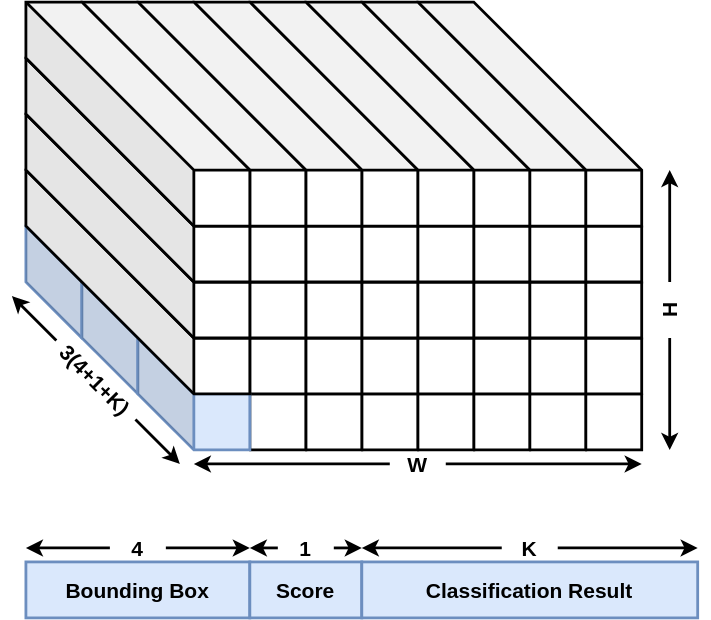
This is Feature Map Outputs.svg from yyhtbs-yye/course_images, a draw.io export, as it was before one commit. Source tidied: cells renumbered, new cells last; positions are measured from the earlier drawing's top-left corner, leaving out a move shared by most shapes.
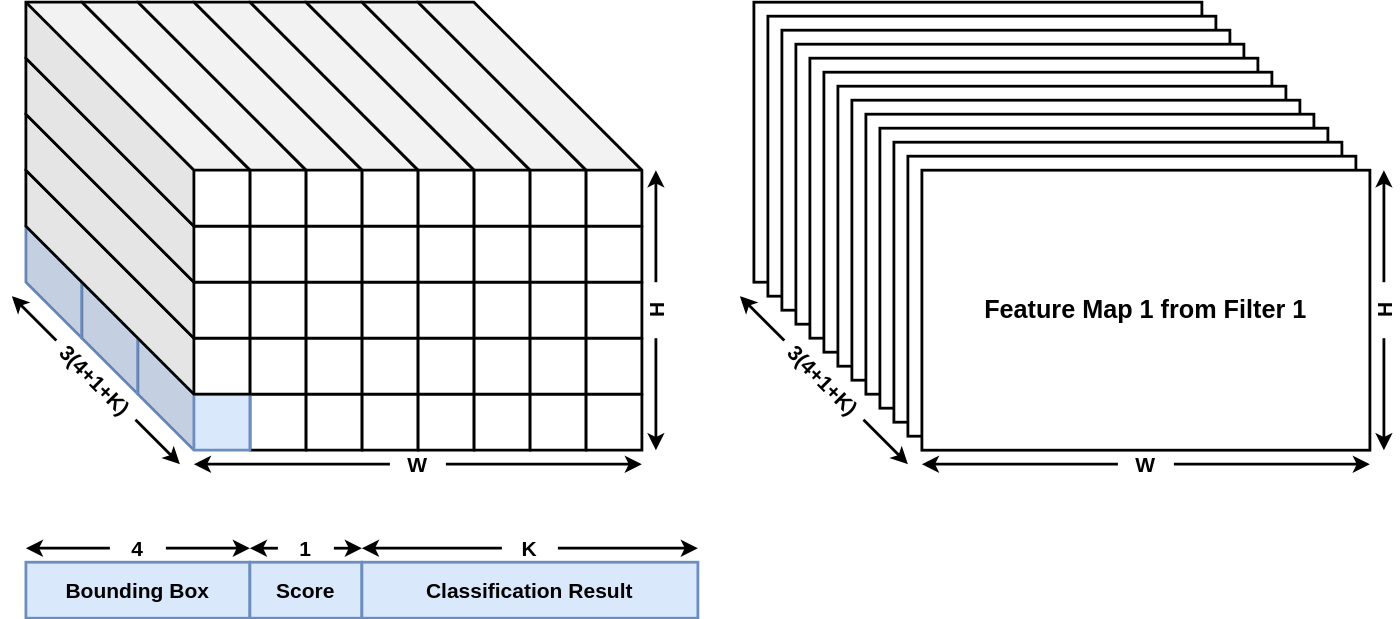
Later version of the same file.

What changed in the source:
```diff
@@ -125,16 +125,16 @@
     </mxCell>
     <mxCell id="41" style="endArrow=classic;startArrow=none;html=1;rounded=0;fontSize=15;strokeWidth=2;" parent="1" edge="1" source="43">
       <mxGeometry relative="1" as="geometry">
-        <mxPoint x="470" y="120" as="targetPoint" />
+        <mxPoint x="460" y="120" as="targetPoint" />
       </mxGeometry>
     </mxCell>
     <mxCell id="42" style="endArrow=none;startArrow=classic;html=1;rounded=0;fontSize=15;strokeWidth=2;" parent="1" edge="1" target="43">
       <mxGeometry relative="1" as="geometry">
-        <mxPoint x="470" y="320" as="sourcePoint" />
+        <mxPoint x="460" y="320" as="sourcePoint" />
       </mxGeometry>
     </mxCell>
     <mxCell id="43" value="H" style="text;html=1;strokeColor=none;fillColor=none;align=center;verticalAlign=middle;whiteSpace=wrap;rounded=0;fontSize=15;rotation=-90;fontStyle=1;strokeWidth=2;" parent="1" vertex="1">
-      <mxGeometry x="450" y="210" width="40" height="20" as="geometry" />
+      <mxGeometry x="440" y="210" width="40" height="20" as="geometry" />
     </mxCell>
     <mxCell id="44" style="endArrow=classic;startArrow=none;html=1;rounded=0;fontSize=15;strokeWidth=2;" parent="1" edge="1" source="46">
       <mxGeometry relative="1" as="geometry">
@@ -215,5 +215,83 @@
     <mxCell id="64" style="shape=cube;whiteSpace=wrap;html=1;boundedLbl=1;backgroundOutline=1;darkOpacity=0.05;darkOpacity2=0.1;size=120;strokeWidth=2;" parent="1" vertex="1">
       <mxGeometry x="10" width="160" height="160" as="geometry" />
     </mxCell>
+    <mxCell id="65" style="rounded=0;whiteSpace=wrap;html=1;strokeWidth=2;fontSize=15;" parent="1" vertex="1">
+      <mxGeometry x="530" width="320" height="200" as="geometry" />
+    </mxCell>
+    <mxCell id="66" style="rounded=0;whiteSpace=wrap;html=1;strokeWidth=2;fontSize=15;" parent="1" vertex="1">
+      <mxGeometry x="540" y="10" width="320" height="200" as="geometry" />
+    </mxCell>
+    <mxCell id="67" style="rounded=0;whiteSpace=wrap;html=1;strokeWidth=2;fontSize=15;" parent="1" vertex="1">
+      <mxGeometry x="550" y="20" width="320" height="200" as="geometry" />
+    </mxCell>
+    <mxCell id="68" style="rounded=0;whiteSpace=wrap;html=1;strokeWidth=2;fontSize=15;" parent="1" vertex="1">
+      <mxGeometry x="560" y="30" width="320" height="200" as="geometry" />
+    </mxCell>
+    <mxCell id="69" style="rounded=0;whiteSpace=wrap;html=1;strokeWidth=2;fontSize=15;" parent="1" vertex="1">
+      <mxGeometry x="570" y="40" width="320" height="200" as="geometry" />
+    </mxCell>
+    <mxCell id="70" style="rounded=0;whiteSpace=wrap;html=1;strokeWidth=2;fontSize=15;" parent="1" vertex="1">
+      <mxGeometry x="580" y="50" width="320" height="200" as="geometry" />
+    </mxCell>
+    <mxCell id="71" style="rounded=0;whiteSpace=wrap;html=1;strokeWidth=2;fontSize=15;" parent="1" vertex="1">
+      <mxGeometry x="590" y="60" width="320" height="200" as="geometry" />
+    </mxCell>
+    <mxCell id="72" style="rounded=0;whiteSpace=wrap;html=1;strokeWidth=2;fontSize=15;" parent="1" vertex="1">
+      <mxGeometry x="600" y="70" width="320" height="200" as="geometry" />
+    </mxCell>
+    <mxCell id="73" style="rounded=0;whiteSpace=wrap;html=1;strokeWidth=2;fontSize=15;" parent="1" vertex="1">
+      <mxGeometry x="610" y="80" width="320" height="200" as="geometry" />
+    </mxCell>
+    <mxCell id="74" style="rounded=0;whiteSpace=wrap;html=1;strokeWidth=2;fontSize=15;" parent="1" vertex="1">
+      <mxGeometry x="620" y="90" width="320" height="200" as="geometry" />
+    </mxCell>
+    <mxCell id="75" style="rounded=0;whiteSpace=wrap;html=1;strokeWidth=2;fontSize=15;" parent="1" vertex="1">
+      <mxGeometry x="630" y="100" width="320" height="200" as="geometry" />
+    </mxCell>
+    <mxCell id="76" style="rounded=0;whiteSpace=wrap;html=1;strokeWidth=2;fontSize=15;" parent="1" vertex="1">
+      <mxGeometry x="640" y="110" width="320" height="200" as="geometry" />
+    </mxCell>
+    <mxCell id="77" value="Feature Map 1 from Filter 1" style="rounded=0;whiteSpace=wrap;html=1;strokeWidth=2;fontSize=18;fontStyle=1;" parent="1" vertex="1">
+      <mxGeometry x="650" y="120" width="320" height="200" as="geometry" />
+    </mxCell>
+    <mxCell id="78" style="endArrow=classic;startArrow=none;html=1;rounded=0;fontSize=15;strokeWidth=2;" parent="1" edge="1" source="80">
+      <mxGeometry relative="1" as="geometry">
+        <mxPoint x="640" y="330" as="targetPoint" />
+      </mxGeometry>
+    </mxCell>
+    <mxCell id="79" style="endArrow=none;startArrow=classic;html=1;rounded=0;fontSize=15;strokeWidth=2;" parent="1" edge="1" target="80">
+      <mxGeometry relative="1" as="geometry">
+        <mxPoint x="520" y="210" as="sourcePoint" />
+      </mxGeometry>
+    </mxCell>
+    <mxCell id="80" value="3(4+1+K)" style="text;html=1;strokeColor=none;fillColor=none;align=center;verticalAlign=middle;whiteSpace=wrap;rounded=0;fontSize=15;rotation=45;fontStyle=1;strokeWidth=2;" parent="1" vertex="1">
+      <mxGeometry x="540" y="260" width="80" height="20" as="geometry" />
+    </mxCell>
+    <mxCell id="81" style="endArrow=classic;startArrow=none;html=1;rounded=0;strokeWidth=2;" parent="1" edge="1" source="83">
+      <mxGeometry relative="1" as="geometry">
+        <mxPoint x="970" y="330" as="targetPoint" />
+      </mxGeometry>
+    </mxCell>
+    <mxCell id="82" style="endArrow=none;startArrow=classic;html=1;rounded=0;strokeWidth=2;" parent="1" edge="1" target="83">
+      <mxGeometry relative="1" as="geometry">
+        <mxPoint x="650" y="330" as="sourcePoint" />
+      </mxGeometry>
+    </mxCell>
+    <mxCell id="83" value="W" style="text;html=1;strokeColor=none;fillColor=none;align=center;verticalAlign=middle;whiteSpace=wrap;rounded=0;fontSize=15;fontStyle=1;strokeWidth=2;" parent="1" vertex="1">
+      <mxGeometry x="790" y="320" width="40" height="20" as="geometry" />
+    </mxCell>
+    <mxCell id="84" style="endArrow=classic;startArrow=none;html=1;rounded=0;fontSize=15;strokeWidth=2;" parent="1" edge="1" source="86">
+      <mxGeometry relative="1" as="geometry">
+        <mxPoint x="980" y="120" as="targetPoint" />
+      </mxGeometry>
+    </mxCell>
+    <mxCell id="85" style="endArrow=none;startArrow=classic;html=1;rounded=0;fontSize=15;strokeWidth=2;" parent="1" edge="1" target="86">
+      <mxGeometry relative="1" as="geometry">
+        <mxPoint x="980" y="320" as="sourcePoint" />
+      </mxGeometry>
+    </mxCell>
+    <mxCell id="86" value="H" style="text;html=1;strokeColor=none;fillColor=none;align=center;verticalAlign=middle;whiteSpace=wrap;rounded=0;fontSize=15;rotation=-90;fontStyle=1;strokeWidth=2;" parent="1" vertex="1">
+      <mxGeometry x="960" y="210" width="40" height="20" as="geometry" />
+    </mxCell>
   </root>
 </mxGraphModel>
```
